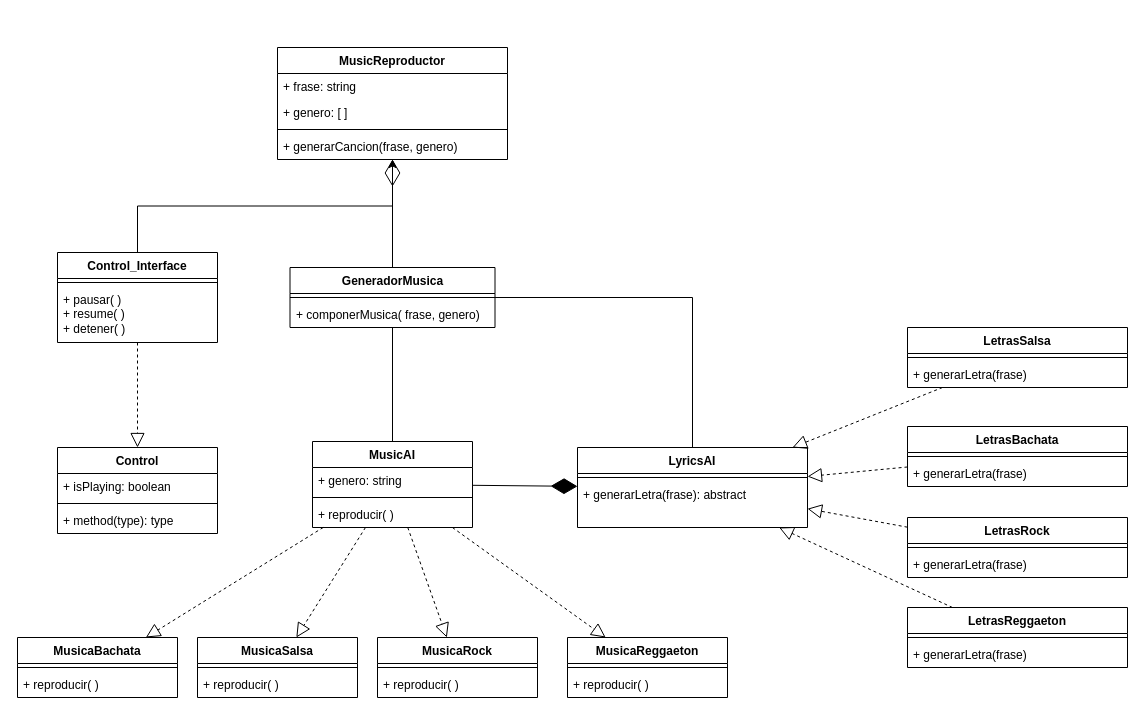
The draw.io diagram musicAI.drawio in benjiliang/pooPractica, before the edit. Source tidied: cells renumbered, new cells numbered last; positions are measured from the earlier drawing's top-left corner, leaving out a move shared by most shapes. Both pictures are drawn from the tidied source at 100%, with x=0, y=0 at pixel (17, 47).
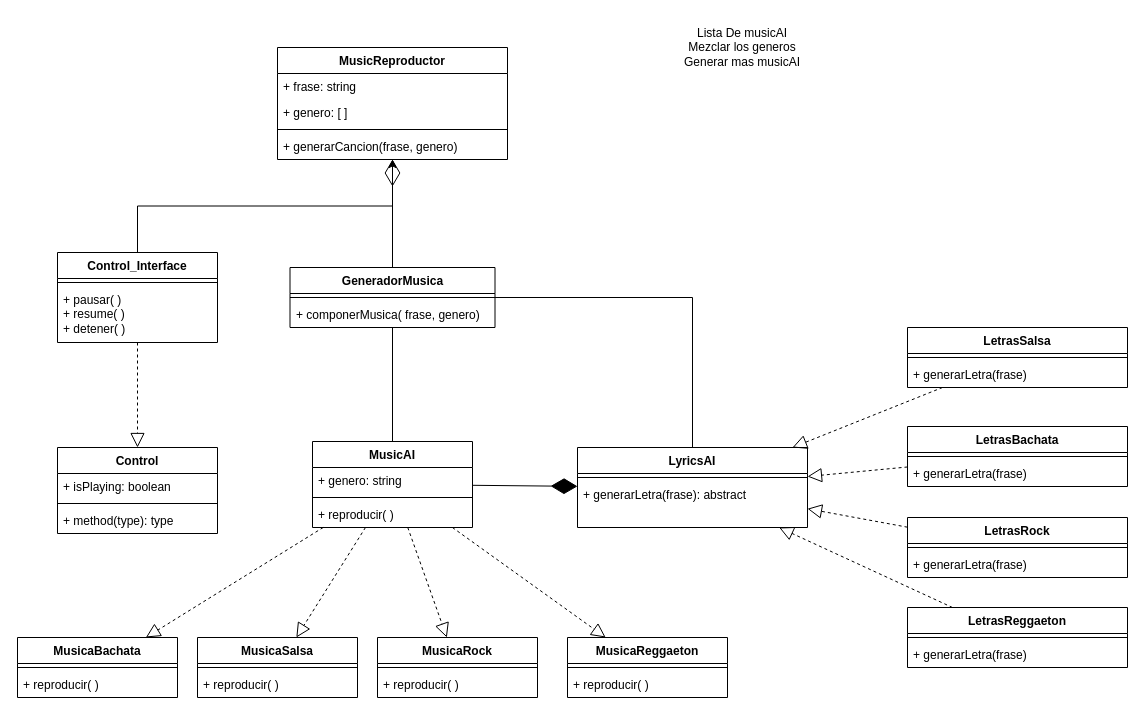
The same diagram, later.

What changed in the source:
```diff
@@
+    <mxCell id="62" value="&lt;div&gt;Lista De musicAI&lt;/div&gt;&lt;div&gt;Mezclar los generos&lt;/div&gt;&lt;div&gt;Generar mas musicAI&lt;br&gt;&lt;/div&gt;" style="text;html=1;strokeColor=none;fillColor=none;align=center;verticalAlign=middle;whiteSpace=wrap;rounded=0;" parent="1" vertex="1">
+      <mxGeometry x="660" y="-30" width="130" height="60" as="geometry" />
+    </mxCell>
```
